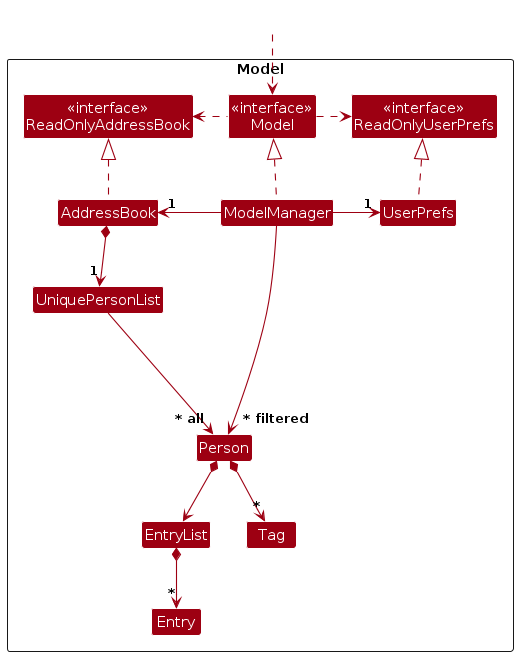
This is diagrams/ModelClassDiagram.png from AY2324S2-CS2103T-W13-3/tp, a PlantUML export, as it was before one commit. Its source is kept beside it as diagrams/ModelClassDiagram.puml.
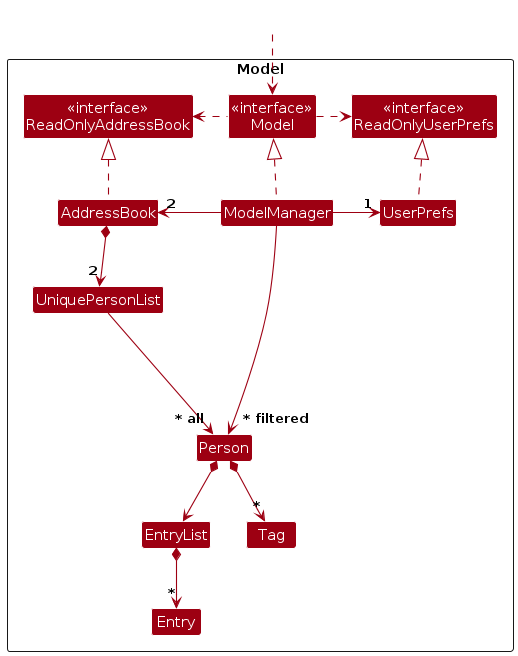
The same file after the commit.

The edit, as a diff of the source:
```diff
@@ -29,11 +29,11 @@
 ModelManager .up.|> Model
 Model .right.> ReadOnlyUserPrefs
 Model .left.> ReadOnlyAddressBook
-ModelManager -left-> "1" AddressBook
+ModelManager -left-> "2" AddressBook
 ModelManager -right-> "1" UserPrefs
 UserPrefs .up.|> ReadOnlyUserPrefs
 
-AddressBook *--> "1" UniquePersonList
+AddressBook *--> "2" UniquePersonList
 UniquePersonList --> "~* all" Person
 Person *--> EntryList
 Person *--> "*" Tag
```
